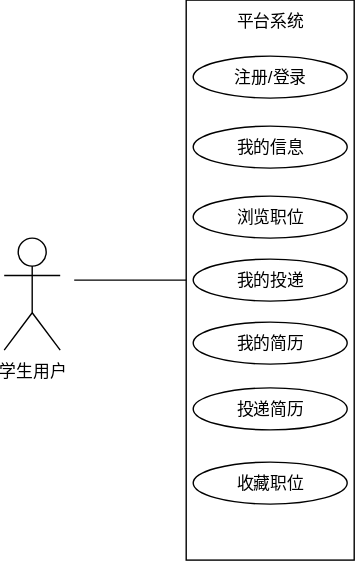
Earlier version of the draw.io export paper.drawio.svg (fubd/paper-image). Source tidied: cells renumbered, new cells last; positions are measured from the earlier drawing's top-left corner, leaving out a move shared by most shapes.
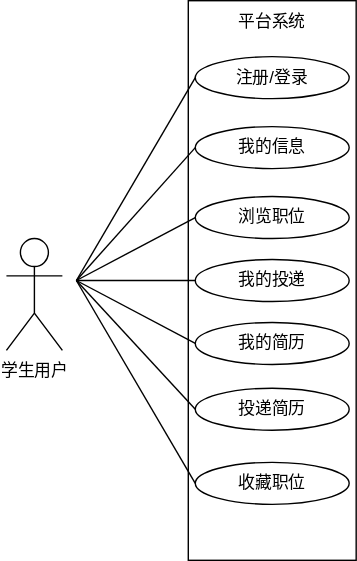
The same diagram one commit later.

The edit, as a diff of the source:
```diff
@@ -29,8 +29,46 @@
     <mxCell id="10" value="收藏职位" style="ellipse;whiteSpace=wrap;html=1;spacingTop=0;spacingLeft=0;" parent="1" vertex="1">
       <mxGeometry x="135" y="330" width="110" height="30" as="geometry" />
     </mxCell>
-    <mxCell id="11" style="line;strokeWidth=1;fillColor=none;align=left;verticalAlign=middle;spacingTop=-1;spacingLeft=3;spacingRight=3;labelPosition=right;strokeColor=inherit;" parent="1" vertex="1">
-      <mxGeometry x="50" y="123" width="80" height="154" as="geometry" />
-    </mxCell>
+    <mxCell id="12" style="endArrow=none;html=1;rounded=0;" parent="1" edge="1">
+      <mxGeometry relative="1" as="geometry">
+        <mxPoint x="50" y="200" as="sourcePoint" />
+        <mxPoint x="50" y="200" as="targetPoint" />
+      </mxGeometry>
+    </mxCell>
+    <mxCell id="13" style="endArrow=none;html=1;rounded=0;entryX=0;entryY=0.5;entryDx=0;entryDy=0;" parent="1" edge="1" target="7">
+      <mxGeometry relative="1" as="geometry">
+        <mxPoint x="50" y="200" as="sourcePoint" />
+      </mxGeometry>
+    </mxCell>
+    <mxCell id="14" style="endArrow=none;html=1;rounded=0;entryX=0;entryY=0.5;entryDx=0;entryDy=0;" parent="1" edge="1" target="6">
+      <mxGeometry relative="1" as="geometry">
+        <mxPoint x="50" y="200" as="sourcePoint" />
+      </mxGeometry>
+    </mxCell>
+    <mxCell id="15" style="endArrow=none;html=1;rounded=0;entryX=0;entryY=0.5;entryDx=0;entryDy=0;" parent="1" edge="1" target="8">
+      <mxGeometry relative="1" as="geometry">
+        <mxPoint x="50" y="200" as="sourcePoint" />
+      </mxGeometry>
+    </mxCell>
+    <mxCell id="16" style="endArrow=none;html=1;rounded=0;entryX=0;entryY=0.5;entryDx=0;entryDy=0;" parent="1" edge="1" target="9">
+      <mxGeometry relative="1" as="geometry">
+        <mxPoint x="50" y="200" as="sourcePoint" />
+      </mxGeometry>
+    </mxCell>
+    <mxCell id="17" style="endArrow=none;html=1;rounded=0;entryX=0;entryY=0.5;entryDx=0;entryDy=0;" parent="1" edge="1" target="5">
+      <mxGeometry relative="1" as="geometry">
+        <mxPoint x="50" y="200" as="sourcePoint" />
+      </mxGeometry>
+    </mxCell>
+    <mxCell id="18" style="endArrow=none;html=1;rounded=0;entryX=0;entryY=0.5;entryDx=0;entryDy=0;" parent="1" edge="1" target="4">
+      <mxGeometry relative="1" as="geometry">
+        <mxPoint x="50" y="200" as="sourcePoint" />
+      </mxGeometry>
+    </mxCell>
+    <mxCell id="19" style="endArrow=none;html=1;rounded=0;entryX=0;entryY=0.5;entryDx=0;entryDy=0;" parent="1" edge="1" target="10">
+      <mxGeometry relative="1" as="geometry">
+        <mxPoint x="50" y="200" as="sourcePoint" />
+      </mxGeometry>
+    </mxCell>
   </root>
 </mxGraphModel>
```
